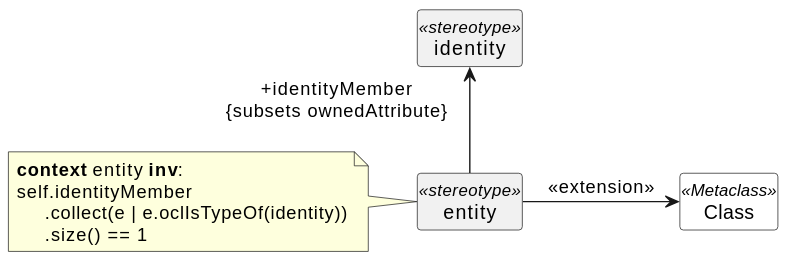
sdm-lang/tree-sitter-sdml keeps this PlantUML diagram as docs/uml-profile-entity.svg. Above is the earlier version.
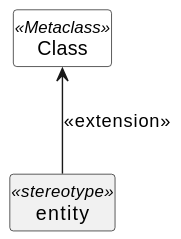
After the change.

Change to the diagram source:
```diff
@@ -1,14 +1,13 @@
 @startuml
 skinparam backgroundColor transparent
+skinparam style strictuml
+skinparam linetype polyline
+skinparam nodesep 60
+
 hide circle
 hide members
 
-class identity <<stereotype>> {}
 class Class <<Metaclass>> #white {}
 class entity <<stereotype>> {}
-entity -u-> "+identityMember\n{subsets ownedAttribute}" identity
-entity -r-> Class: <<extension>>
-
-note "**context** entity **inv**:\nself.identityMember\n     .collect(e | e.oclIsTypeOf(identity))\n     .size() == 1" as idnote
-entity .l. idnote
+entity -up-> Class: <<extension>>
 @enduml
```
